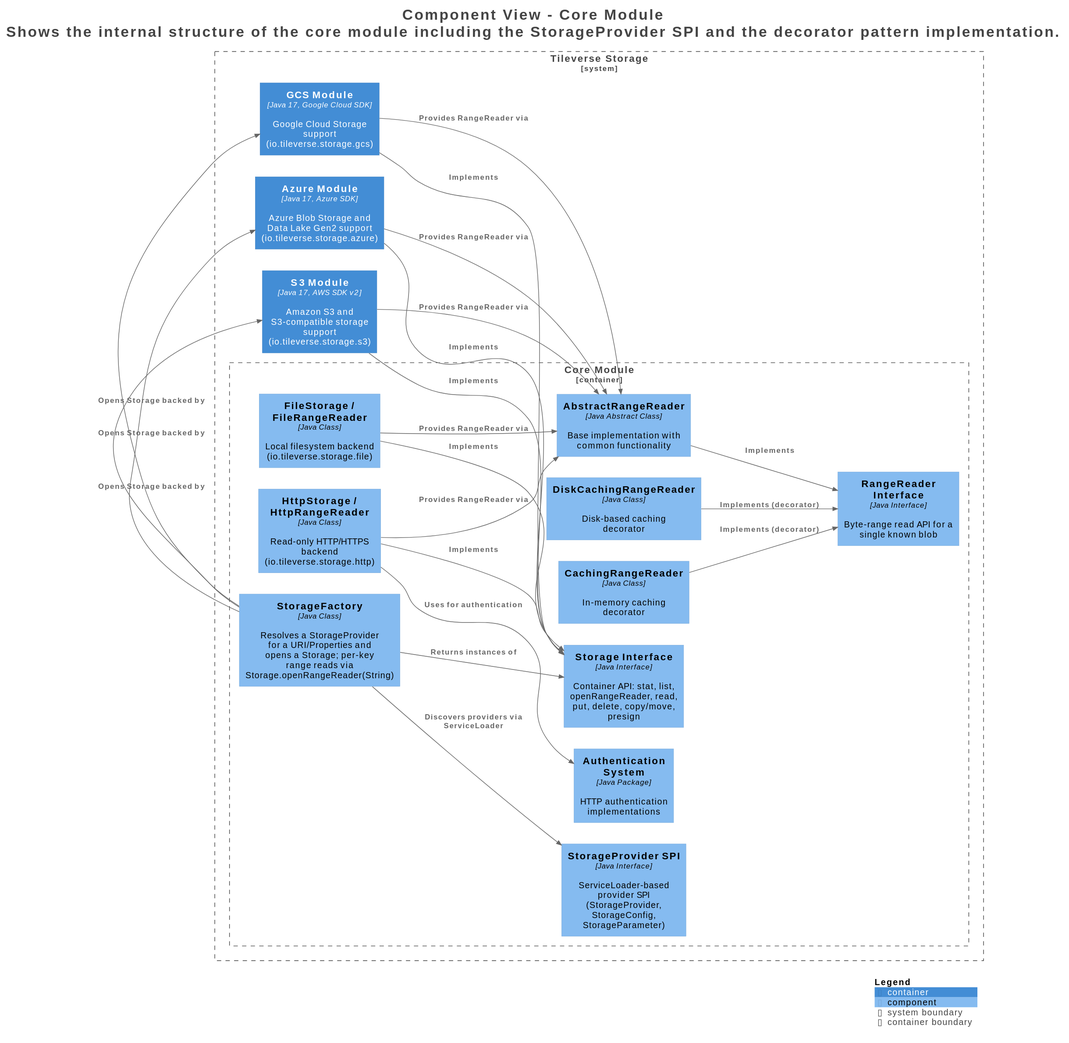
The PlantUML diagram assets/images/storage/structurizr-CoreComponents.svg in tileverse-io/tileverse, before a commit. The source it was exported from:
```plantuml
@startuml
title <size:24>Component View - Core Module</size>\n<size:24>Shows the internal structure of the core module including the StorageProvider SPI and the decorator pattern implementation.</size>

set separator none
left to right direction

<style>
  root {
    BackgroundColor: #ffffff
    FontColor: #444444
  }
</style>

!include <C4/C4>
!include <C4/C4_Context>
!include <C4/C4_Container>
!include <C4/C4_Component>

System_Boundary("TileverseStorage_boundary", "Tileverse Storage", $tags="") {
  Container_Boundary("TileverseStorage.CoreModule_boundary", "Core Module", $tags="") {
    Component(TileverseStorage.CoreModule.StorageInterface, "Storage Interface", $techn="Java Interface", $descr="Container API: stat, list, openRangeReader, read, put, delete, copy/move, presign", $tags="", $link="")
    Component(TileverseStorage.CoreModule.RangeReaderInterface, "RangeReader Interface", $techn="Java Interface", $descr="Byte-range read API for a single known blob", $tags="", $link="")
    Component(TileverseStorage.CoreModule.AbstractRangeReader, "AbstractRangeReader", $techn="Java Abstract Class", $descr="Base implementation with common functionality", $tags="", $link="")
    Component(TileverseStorage.CoreModule.FileStorageFileRangeReader, "FileStorage / FileRangeReader", $techn="Java Class", $descr="Local filesystem backend (io.tileverse.storage.file)", $tags="", $link="")
    Component(TileverseStorage.CoreModule.HttpStorageHttpRangeReader, "HttpStorage / HttpRangeReader", $techn="Java Class", $descr="Read-only HTTP/HTTPS backend (io.tileverse.storage.http)", $tags="", $link="")
    Component(TileverseStorage.CoreModule.CachingRangeReader, "CachingRangeReader", $techn="Java Class", $descr="In-memory caching decorator", $tags="", $link="")
    Component(TileverseStorage.CoreModule.DiskCachingRangeReader, "DiskCachingRangeReader", $techn="Java Class", $descr="Disk-based caching decorator", $tags="", $link="")
    Component(TileverseStorage.CoreModule.StorageProviderSPI, "StorageProvider SPI", $techn="Java Interface", $descr="ServiceLoader-based provider SPI (StorageProvider, StorageConfig, StorageParameter)", $tags="", $link="")
    Component(TileverseStorage.CoreModule.StorageFactory, "StorageFactory", $techn="Java Class", $descr="Resolves a StorageProvider for a URI/Properties and opens a Storage; per-key range reads via Storage.openRangeReader(String)", $tags="", $link="")
    Component(TileverseStorage.CoreModule.AuthenticationSystem, "Authentication System", $techn="Java Package", $descr="HTTP authentication implementations", $tags="", $link="")
  }

  Container(TileverseStorage.S3Module, "S3 Module", $techn="Java 17, AWS SDK v2", $descr="Amazon S3 and S3-compatible storage support (io.tileverse.storage.s3)", $tags="", $link="")
  Container(TileverseStorage.AzureModule, "Azure Module", $techn="Java 17, Azure SDK", $descr="Azure Blob Storage and Data Lake Gen2 support (io.tileverse.storage.azure)", $tags="", $link="")
  Container(TileverseStorage.GCSModule, "GCS Module", $techn="Java 17, Google Cloud SDK", $descr="Google Cloud Storage support (io.tileverse.storage.gcs)", $tags="", $link="")
}

Rel(TileverseStorage.CoreModule.AbstractRangeReader, TileverseStorage.CoreModule.RangeReaderInterface, "Implements", $techn="", $tags="", $link="")
Rel(TileverseStorage.CoreModule.FileStorageFileRangeReader, TileverseStorage.CoreModule.StorageInterface, "Implements", $techn="", $tags="", $link="")
Rel(TileverseStorage.CoreModule.HttpStorageHttpRangeReader, TileverseStorage.CoreModule.StorageInterface, "Implements", $techn="", $tags="", $link="")
Rel(TileverseStorage.CoreModule.FileStorageFileRangeReader, TileverseStorage.CoreModule.AbstractRangeReader, "Provides RangeReader via", $techn="", $tags="", $link="")
Rel(TileverseStorage.CoreModule.HttpStorageHttpRangeReader, TileverseStorage.CoreModule.AbstractRangeReader, "Provides RangeReader via", $techn="", $tags="", $link="")
Rel(TileverseStorage.CoreModule.CachingRangeReader, TileverseStorage.CoreModule.RangeReaderInterface, "Implements (decorator)", $techn="", $tags="", $link="")
Rel(TileverseStorage.CoreModule.DiskCachingRangeReader, TileverseStorage.CoreModule.RangeReaderInterface, "Implements (decorator)", $techn="", $tags="", $link="")
Rel(TileverseStorage.CoreModule.HttpStorageHttpRangeReader, TileverseStorage.CoreModule.AuthenticationSystem, "Uses for authentication", $techn="", $tags="", $link="")
Rel(TileverseStorage.S3Module, TileverseStorage.CoreModule.StorageInterface, "Implements", $techn="", $tags="", $link="")
Rel(TileverseStorage.AzureModule, TileverseStorage.CoreModule.StorageInterface, "Implements", $techn="", $tags="", $link="")
Rel(TileverseStorage.GCSModule, TileverseStorage.CoreModule.StorageInterface, "Implements", $techn="", $tags="", $link="")
Rel(TileverseStorage.S3Module, TileverseStorage.CoreModule.AbstractRangeReader, "Provides RangeReader via", $techn="", $tags="", $link="")
Rel(TileverseStorage.AzureModule, TileverseStorage.CoreModule.AbstractRangeReader, "Provides RangeReader via", $techn="", $tags="", $link="")
Rel(TileverseStorage.GCSModule, TileverseStorage.CoreModule.AbstractRangeReader, "Provides RangeReader via", $techn="", $tags="", $link="")
Rel(TileverseStorage.CoreModule.StorageFactory, TileverseStorage.CoreModule.StorageProviderSPI, "Discovers providers via ServiceLoader", $techn="", $tags="", $link="")
Rel(TileverseStorage.CoreModule.StorageFactory, TileverseStorage.CoreModule.StorageInterface, "Returns instances of", $techn="", $tags="", $link="")
Rel(TileverseStorage.CoreModule.StorageFactory, TileverseStorage.S3Module, "Opens Storage backed by", $techn="", $tags="", $link="")
Rel(TileverseStorage.CoreModule.StorageFactory, TileverseStorage.AzureModule, "Opens Storage backed by", $techn="", $tags="", $link="")
Rel(TileverseStorage.CoreModule.StorageFactory, TileverseStorage.GCSModule, "Opens Storage backed by", $techn="", $tags="", $link="")

SHOW_LEGEND(true)
hide stereotypes
@enduml
```
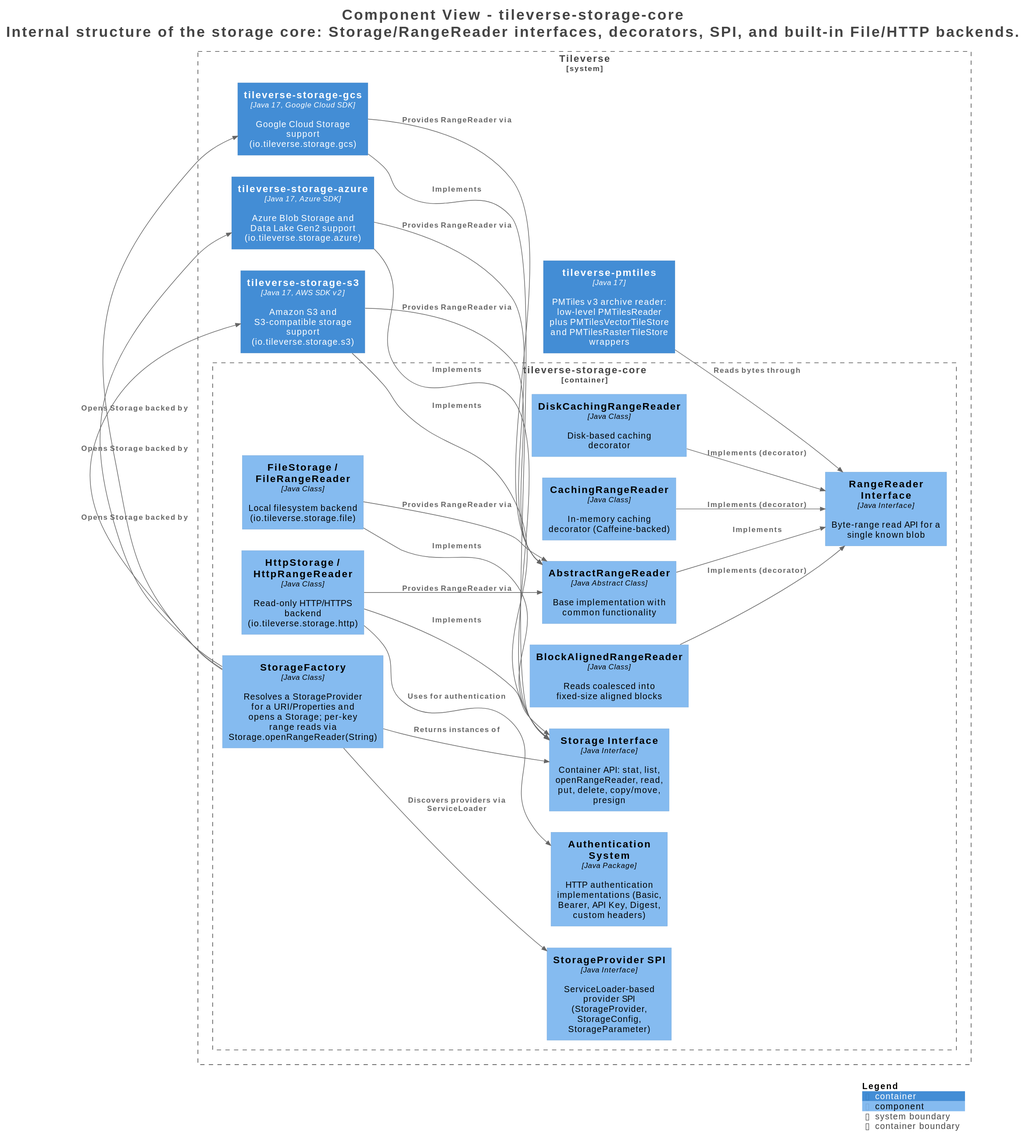
After the commit.

Diff of the diagram source:
```diff
@@ -1,5 +1,5 @@
 @startuml
-title <size:24>Component View - Core Module</size>\n<size:24>Shows the internal structure of the core module including the StorageProvider SPI and the decorator pattern implementation.</size>
+title <size:24>Component View - tileverse-storage-core</size>\n<size:24>Internal structure of the storage core: Storage/RangeReader interfaces, decorators, SPI, and built-in File/HTTP backends.</size>
 
 set separator none
 left to right direction
@@ -16,44 +16,48 @@
 !include <C4/C4_Container>
 !include <C4/C4_Component>
 
-System_Boundary("TileverseStorage_boundary", "Tileverse Storage", $tags="") {
-  Container_Boundary("TileverseStorage.CoreModule_boundary", "Core Module", $tags="") {
-    Component(TileverseStorage.CoreModule.StorageInterface, "Storage Interface", $techn="Java Interface", $descr="Container API: stat, list, openRangeReader, read, put, delete, copy/move, presign", $tags="", $link="")
-    Component(TileverseStorage.CoreModule.RangeReaderInterface, "RangeReader Interface", $techn="Java Interface", $descr="Byte-range read API for a single known blob", $tags="", $link="")
-    Component(TileverseStorage.CoreModule.AbstractRangeReader, "AbstractRangeReader", $techn="Java Abstract Class", $descr="Base implementation with common functionality", $tags="", $link="")
-    Component(TileverseStorage.CoreModule.FileStorageFileRangeReader, "FileStorage / FileRangeReader", $techn="Java Class", $descr="Local filesystem backend (io.tileverse.storage.file)", $tags="", $link="")
-    Component(TileverseStorage.CoreModule.HttpStorageHttpRangeReader, "HttpStorage / HttpRangeReader", $techn="Java Class", $descr="Read-only HTTP/HTTPS backend (io.tileverse.storage.http)", $tags="", $link="")
-    Component(TileverseStorage.CoreModule.CachingRangeReader, "CachingRangeReader", $techn="Java Class", $descr="In-memory caching decorator", $tags="", $link="")
-    Component(TileverseStorage.CoreModule.DiskCachingRangeReader, "DiskCachingRangeReader", $techn="Java Class", $descr="Disk-based caching decorator", $tags="", $link="")
-    Component(TileverseStorage.CoreModule.StorageProviderSPI, "StorageProvider SPI", $techn="Java Interface", $descr="ServiceLoader-based provider SPI (StorageProvider, StorageConfig, StorageParameter)", $tags="", $link="")
-    Component(TileverseStorage.CoreModule.StorageFactory, "StorageFactory", $techn="Java Class", $descr="Resolves a StorageProvider for a URI/Properties and opens a Storage; per-key range reads via Storage.openRangeReader(String)", $tags="", $link="")
-    Component(TileverseStorage.CoreModule.AuthenticationSystem, "Authentication System", $techn="Java Package", $descr="HTTP authentication implementations", $tags="", $link="")
+System_Boundary("Tileverse_boundary", "Tileverse", $tags="") {
+  Container_Boundary("Tileverse.tileversestoragecore_boundary", "tileverse-storage-core", $tags="") {
+    Component(Tileverse.tileversestoragecore.StorageInterface, "Storage Interface", $techn="Java Interface", $descr="Container API: stat, list, openRangeReader, read, put, delete, copy/move, presign", $tags="", $link="")
+    Component(Tileverse.tileversestoragecore.RangeReaderInterface, "RangeReader Interface", $techn="Java Interface", $descr="Byte-range read API for a single known blob", $tags="", $link="")
+    Component(Tileverse.tileversestoragecore.AbstractRangeReader, "AbstractRangeReader", $techn="Java Abstract Class", $descr="Base implementation with common functionality", $tags="", $link="")
+    Component(Tileverse.tileversestoragecore.FileStorageFileRangeReader, "FileStorage / FileRangeReader", $techn="Java Class", $descr="Local filesystem backend (io.tileverse.storage.file)", $tags="", $link="")
+    Component(Tileverse.tileversestoragecore.HttpStorageHttpRangeReader, "HttpStorage / HttpRangeReader", $techn="Java Class", $descr="Read-only HTTP/HTTPS backend (io.tileverse.storage.http)", $tags="", $link="")
+    Component(Tileverse.tileversestoragecore.CachingRangeReader, "CachingRangeReader", $techn="Java Class", $descr="In-memory caching decorator (Caffeine-backed)", $tags="", $link="")
+    Component(Tileverse.tileversestoragecore.DiskCachingRangeReader, "DiskCachingRangeReader", $techn="Java Class", $descr="Disk-based caching decorator", $tags="", $link="")
+    Component(Tileverse.tileversestoragecore.BlockAlignedRangeReader, "BlockAlignedRangeReader", $techn="Java Class", $descr="Reads coalesced into fixed-size aligned blocks", $tags="", $link="")
+    Component(Tileverse.tileversestoragecore.StorageProviderSPI, "StorageProvider SPI", $techn="Java Interface", $descr="ServiceLoader-based provider SPI (StorageProvider, StorageConfig, StorageParameter)", $tags="", $link="")
+    Component(Tileverse.tileversestoragecore.StorageFactory, "StorageFactory", $techn="Java Class", $descr="Resolves a StorageProvider for a URI/Properties and opens a Storage; per-key range reads via Storage.openRangeReader(String)", $tags="", $link="")
+    Component(Tileverse.tileversestoragecore.AuthenticationSystem, "Authentication System", $techn="Java Package", $descr="HTTP authentication implementations (Basic, Bearer, API Key, Digest, custom headers)", $tags="", $link="")
   }
 
-  Container(TileverseStorage.S3Module, "S3 Module", $techn="Java 17, AWS SDK v2", $descr="Amazon S3 and S3-compatible storage support (io.tileverse.storage.s3)", $tags="", $link="")
-  Container(TileverseStorage.AzureModule, "Azure Module", $techn="Java 17, Azure SDK", $descr="Azure Blob Storage and Data Lake Gen2 support (io.tileverse.storage.azure)", $tags="", $link="")
-  Container(TileverseStorage.GCSModule, "GCS Module", $techn="Java 17, Google Cloud SDK", $descr="Google Cloud Storage support (io.tileverse.storage.gcs)", $tags="", $link="")
+  Container(Tileverse.tileversestorages3, "tileverse-storage-s3", $techn="Java 17, AWS SDK v2", $descr="Amazon S3 and S3-compatible storage support (io.tileverse.storage.s3)", $tags="", $link="")
+  Container(Tileverse.tileversestorageazure, "tileverse-storage-azure", $techn="Java 17, Azure SDK", $descr="Azure Blob Storage and Data Lake Gen2 support (io.tileverse.storage.azure)", $tags="", $link="")
+  Container(Tileverse.tileversestoragegcs, "tileverse-storage-gcs", $techn="Java 17, Google Cloud SDK", $descr="Google Cloud Storage support (io.tileverse.storage.gcs)", $tags="", $link="")
+  Container(Tileverse.tileversepmtiles, "tileverse-pmtiles", $techn="Java 17", $descr="PMTiles v3 archive reader: low-level PMTilesReader plus PMTilesVectorTileStore and PMTilesRasterTileStore wrappers", $tags="", $link="")
 }
 
-Rel(TileverseStorage.CoreModule.AbstractRangeReader, TileverseStorage.CoreModule.RangeReaderInterface, "Implements", $techn="", $tags="", $link="")
-Rel(TileverseStorage.CoreModule.FileStorageFileRangeReader, TileverseStorage.CoreModule.StorageInterface, "Implements", $techn="", $tags="", $link="")
-Rel(TileverseStorage.CoreModule.HttpStorageHttpRangeReader, TileverseStorage.CoreModule.StorageInterface, "Implements", $techn="", $tags="", $link="")
-Rel(TileverseStorage.CoreModule.FileStorageFileRangeReader, TileverseStorage.CoreModule.AbstractRangeReader, "Provides RangeReader via", $techn="", $tags="", $link="")
-Rel(TileverseStorage.CoreModule.HttpStorageHttpRangeReader, TileverseStorage.CoreModule.AbstractRangeReader, "Provides RangeReader via", $techn="", $tags="", $link="")
-Rel(TileverseStorage.CoreModule.CachingRangeReader, TileverseStorage.CoreModule.RangeReaderInterface, "Implements (decorator)", $techn="", $tags="", $link="")
-Rel(TileverseStorage.CoreModule.DiskCachingRangeReader, TileverseStorage.CoreModule.RangeReaderInterface, "Implements (decorator)", $techn="", $tags="", $link="")
-Rel(TileverseStorage.CoreModule.HttpStorageHttpRangeReader, TileverseStorage.CoreModule.AuthenticationSystem, "Uses for authentication", $techn="", $tags="", $link="")
-Rel(TileverseStorage.S3Module, TileverseStorage.CoreModule.StorageInterface, "Implements", $techn="", $tags="", $link="")
-Rel(TileverseStorage.AzureModule, TileverseStorage.CoreModule.StorageInterface, "Implements", $techn="", $tags="", $link="")
-Rel(TileverseStorage.GCSModule, TileverseStorage.CoreModule.StorageInterface, "Implements", $techn="", $tags="", $link="")
-Rel(TileverseStorage.S3Module, TileverseStorage.CoreModule.AbstractRangeReader, "Provides RangeReader via", $techn="", $tags="", $link="")
-Rel(TileverseStorage.AzureModule, TileverseStorage.CoreModule.AbstractRangeReader, "Provides RangeReader via", $techn="", $tags="", $link="")
-Rel(TileverseStorage.GCSModule, TileverseStorage.CoreModule.AbstractRangeReader, "Provides RangeReader via", $techn="", $tags="", $link="")
-Rel(TileverseStorage.CoreModule.StorageFactory, TileverseStorage.CoreModule.StorageProviderSPI, "Discovers providers via ServiceLoader", $techn="", $tags="", $link="")
-Rel(TileverseStorage.CoreModule.StorageFactory, TileverseStorage.CoreModule.StorageInterface, "Returns instances of", $techn="", $tags="", $link="")
-Rel(TileverseStorage.CoreModule.StorageFactory, TileverseStorage.S3Module, "Opens Storage backed by", $techn="", $tags="", $link="")
-Rel(TileverseStorage.CoreModule.StorageFactory, TileverseStorage.AzureModule, "Opens Storage backed by", $techn="", $tags="", $link="")
-Rel(TileverseStorage.CoreModule.StorageFactory, TileverseStorage.GCSModule, "Opens Storage backed by", $techn="", $tags="", $link="")
+Rel(Tileverse.tileversestoragegcs, Tileverse.tileversestoragecore.StorageInterface, "Implements", $techn="", $tags="", $link="")
+Rel(Tileverse.tileversestorages3, Tileverse.tileversestoragecore.AbstractRangeReader, "Provides RangeReader via", $techn="", $tags="", $link="")
+Rel(Tileverse.tileversestorageazure, Tileverse.tileversestoragecore.AbstractRangeReader, "Provides RangeReader via", $techn="", $tags="", $link="")
+Rel(Tileverse.tileversestoragegcs, Tileverse.tileversestoragecore.AbstractRangeReader, "Provides RangeReader via", $techn="", $tags="", $link="")
+Rel(Tileverse.tileversepmtiles, Tileverse.tileversestoragecore.RangeReaderInterface, "Reads bytes through", $techn="", $tags="", $link="")
+Rel(Tileverse.tileversestoragecore.AbstractRangeReader, Tileverse.tileversestoragecore.RangeReaderInterface, "Implements", $techn="", $tags="", $link="")
+Rel(Tileverse.tileversestoragecore.FileStorageFileRangeReader, Tileverse.tileversestoragecore.StorageInterface, "Implements", $techn="", $tags="", $link="")
+Rel(Tileverse.tileversestoragecore.HttpStorageHttpRangeReader, Tileverse.tileversestoragecore.StorageInterface, "Implements", $techn="", $tags="", $link="")
+Rel(Tileverse.tileversestoragecore.FileStorageFileRangeReader, Tileverse.tileversestoragecore.AbstractRangeReader, "Provides RangeReader via", $techn="", $tags="", $link="")
+Rel(Tileverse.tileversestoragecore.HttpStorageHttpRangeReader, Tileverse.tileversestoragecore.AbstractRangeReader, "Provides RangeReader via", $techn="", $tags="", $link="")
+Rel(Tileverse.tileversestoragecore.CachingRangeReader, Tileverse.tileversestoragecore.RangeReaderInterface, "Implements (decorator)", $techn="", $tags="", $link="")
+Rel(Tileverse.tileversestoragecore.DiskCachingRangeReader, Tileverse.tileversestoragecore.RangeReaderInterface, "Implements (decorator)", $techn="", $tags="", $link="")
+Rel(Tileverse.tileversestoragecore.BlockAlignedRangeReader, Tileverse.tileversestoragecore.RangeReaderInterface, "Implements (decorator)", $techn="", $tags="", $link="")
+Rel(Tileverse.tileversestoragecore.HttpStorageHttpRangeReader, Tileverse.tileversestoragecore.AuthenticationSystem, "Uses for authentication", $techn="", $tags="", $link="")
+Rel(Tileverse.tileversestoragecore.StorageFactory, Tileverse.tileversestoragecore.StorageProviderSPI, "Discovers providers via ServiceLoader", $techn="", $tags="", $link="")
+Rel(Tileverse.tileversestoragecore.StorageFactory, Tileverse.tileversestoragecore.StorageInterface, "Returns instances of", $techn="", $tags="", $link="")
+Rel(Tileverse.tileversestoragecore.StorageFactory, Tileverse.tileversestorages3, "Opens Storage backed by", $techn="", $tags="", $link="")
+Rel(Tileverse.tileversestoragecore.StorageFactory, Tileverse.tileversestorageazure, "Opens Storage backed by", $techn="", $tags="", $link="")
+Rel(Tileverse.tileversestoragecore.StorageFactory, Tileverse.tileversestoragegcs, "Opens Storage backed by", $techn="", $tags="", $link="")
+Rel(Tileverse.tileversestorages3, Tileverse.tileversestoragecore.StorageInterface, "Implements", $techn="", $tags="", $link="")
+Rel(Tileverse.tileversestorageazure, Tileverse.tileversestoragecore.StorageInterface, "Implements", $techn="", $tags="", $link="")
 
 SHOW_LEGEND(true)
 hide stereotypes
```
